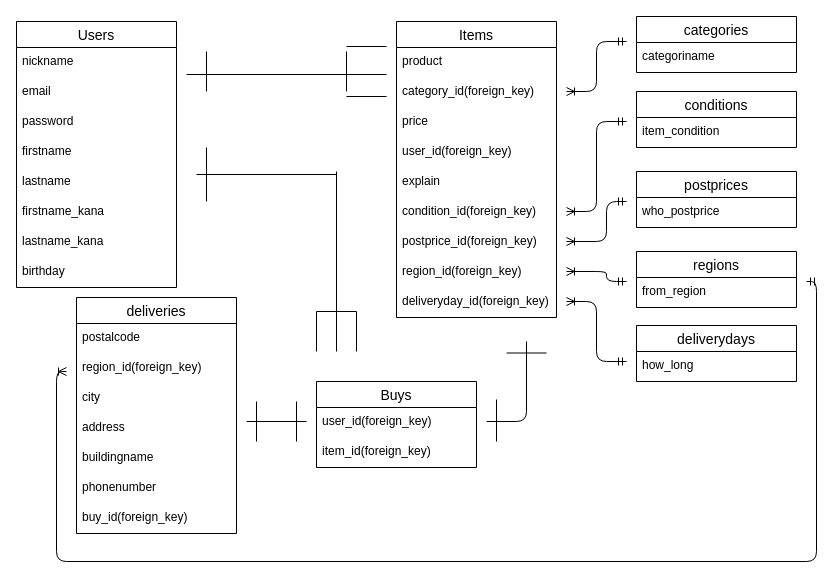
Earlier version of the draw.io diagram furima.dio (jaykim3217/furima-37818). Source tidied: cells renumbered, new cells numbered last; positions are measured from the earlier drawing's top-left corner, leaving out a move shared by most shapes. Both pictures are drawn from the tidied source at 100%, with x=0, y=0 at pixel (16, 16).
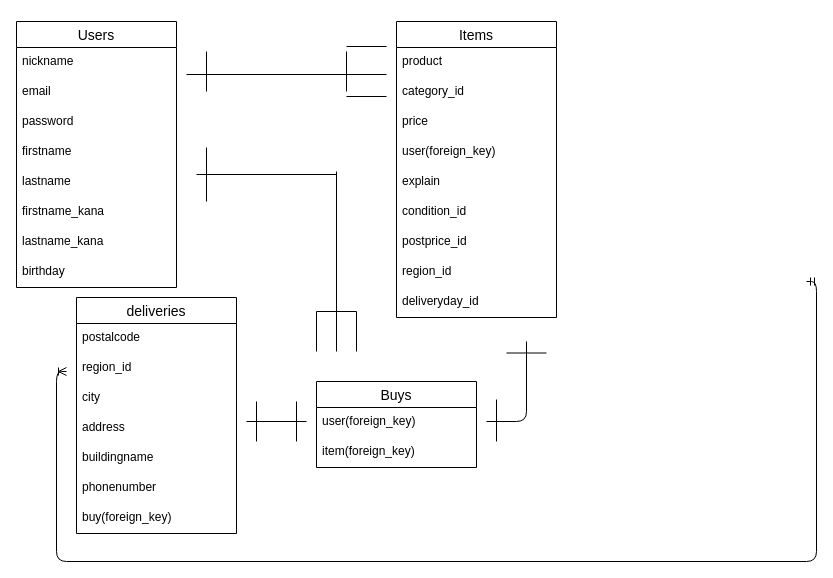
Above is the later version.

The change refers to these unchanged cells:
```xml
<mxCell id="11" value="Items" style="swimlane;fontStyle=0;horizontal=1;startSize=26;align=center;fontSize=14;" parent="1" vertex="1">
  <mxGeometry x="380" y="5" width="160" height="296" as="geometry" />
</mxCell>
<mxCell id="21" value="Buys" style="swimlane;fontStyle=0;horizontal=1;startSize=26;align=center;fontSize=14;" parent="1" vertex="1">
  <mxGeometry x="300" y="365" width="160" height="86" as="geometry" />
</mxCell>
<mxCell id="24" value="deliveries" style="swimlane;fontStyle=0;horizontal=1;startSize=26;align=center;fontSize=14;" parent="1" vertex="1">
  <mxGeometry x="60" y="281" width="160" height="236" as="geometry" />
</mxCell>
```

What changed in the source:
```diff
@@
-    <mxCell id="13" value="category_id(foreign_key)" style="text;strokeColor=none;fillColor=none;spacingLeft=4;spacingRight=4;overflow=hidden;fontSize=12;" parent="11" vertex="1">
+    <mxCell id="13" value="category_id" style="text;strokeColor=none;fillColor=none;spacingLeft=4;spacingRight=4;overflow=hidden;fontSize=12;" parent="11" vertex="1">
       <mxGeometry y="56" width="160" height="30" as="geometry" />
     </mxCell>
@@
-    <mxCell id="15" value="user_id(foreign_key)" style="text;strokeColor=none;fillColor=none;spacingLeft=4;spacingRight=4;overflow=hidden;fontSize=12;" parent="11" vertex="1">
+    <mxCell id="15" value="user(foreign_key)" style="text;strokeColor=none;fillColor=none;spacingLeft=4;spacingRight=4;overflow=hidden;fontSize=12;" parent="11" vertex="1">
       <mxGeometry y="116" width="160" height="30" as="geometry" />
     </mxCell>
@@
-    <mxCell id="17" value="condition_id(foreign_key)" style="text;strokeColor=none;fillColor=none;spacingLeft=4;spacingRight=4;overflow=hidden;fontSize=12;" parent="11" vertex="1">
+    <mxCell id="17" value="condition_id" style="text;strokeColor=none;fillColor=none;spacingLeft=4;spacingRight=4;overflow=hidden;fontSize=12;" parent="11" vertex="1">
       <mxGeometry y="176" width="160" height="30" as="geometry" />
     </mxCell>
-    <mxCell id="18" value="postprice_id(foreign_key)" style="text;strokeColor=none;fillColor=none;spacingLeft=4;spacingRight=4;overflow=hidden;fontSize=12;" parent="11" vertex="1">
+    <mxCell id="18" value="postprice_id" style="text;strokeColor=none;fillColor=none;spacingLeft=4;spacingRight=4;overflow=hidden;fontSize=12;" parent="11" vertex="1">
       <mxGeometry y="206" width="160" height="30" as="geometry" />
     </mxCell>
-    <mxCell id="19" value="region_id(foreign_key)" style="text;strokeColor=none;fillColor=none;spacingLeft=4;spacingRight=4;overflow=hidden;fontSize=12;" parent="11" vertex="1">
+    <mxCell id="19" value="region_id" style="text;strokeColor=none;fillColor=none;spacingLeft=4;spacingRight=4;overflow=hidden;fontSize=12;" parent="11" vertex="1">
       <mxGeometry y="236" width="160" height="30" as="geometry" />
     </mxCell>
-    <mxCell id="20" value="deliveryday_id(foreign_key)" style="text;strokeColor=none;fillColor=none;spacingLeft=4;spacingRight=4;overflow=hidden;fontSize=12;" parent="11" vertex="1">
+    <mxCell id="20" value="deliveryday_id" style="text;strokeColor=none;fillColor=none;spacingLeft=4;spacingRight=4;overflow=hidden;fontSize=12;" parent="11" vertex="1">
       <mxGeometry y="266" width="160" height="30" as="geometry" />
     </mxCell>
@@
-    <mxCell id="22" value="user_id(foreign_key)" style="text;strokeColor=none;fillColor=none;spacingLeft=4;spacingRight=4;overflow=hidden;fontSize=12;" parent="21" vertex="1">
+    <mxCell id="22" value="user(foreign_key)" style="text;strokeColor=none;fillColor=none;spacingLeft=4;spacingRight=4;overflow=hidden;fontSize=12;" parent="21" vertex="1">
       <mxGeometry y="26" width="160" height="30" as="geometry" />
     </mxCell>
-    <mxCell id="23" value="item_id(foreign_key)" style="text;strokeColor=none;fillColor=none;spacingLeft=4;spacingRight=4;overflow=hidden;fontSize=12;" parent="21" vertex="1">
+    <mxCell id="23" value="item(foreign_key)" style="text;strokeColor=none;fillColor=none;spacingLeft=4;spacingRight=4;overflow=hidden;fontSize=12;" parent="21" vertex="1">
       <mxGeometry y="56" width="160" height="30" as="geometry" />
     </mxCell>
@@
-    <mxCell id="26" value="region_id(foreign_key)" style="text;strokeColor=none;fillColor=none;spacingLeft=4;spacingRight=4;overflow=hidden;fontSize=12;" parent="24" vertex="1">
+    <mxCell id="26" value="region_id" style="text;strokeColor=none;fillColor=none;spacingLeft=4;spacingRight=4;overflow=hidden;fontSize=12;" parent="24" vertex="1">
       <mxGeometry y="56" width="160" height="30" as="geometry" />
     </mxCell>
@@
-    <mxCell id="31" value="buy_id(foreign_key)" style="text;strokeColor=none;fillColor=none;spacingLeft=4;spacingRight=4;overflow=hidden;fontSize=12;" parent="24" vertex="1">
+    <mxCell id="31" value="buy(foreign_key)" style="text;strokeColor=none;fillColor=none;spacingLeft=4;spacingRight=4;overflow=hidden;fontSize=12;" parent="24" vertex="1">
       <mxGeometry y="206" width="160" height="30" as="geometry" />
     </mxCell>
@@
-    <mxCell id="48" value="categories" style="swimlane;fontStyle=0;horizontal=1;startSize=26;align=center;fontSize=14;" parent="1" vertex="1">
-      <mxGeometry x="620" width="160" height="56" as="geometry" />
-    </mxCell>
-    <mxCell id="49" value="categoriname" style="text;strokeColor=none;fillColor=none;spacingLeft=4;spacingRight=4;overflow=hidden;fontSize=12;" parent="48" vertex="1">
-      <mxGeometry y="26" width="160" height="30" as="geometry" />
-    </mxCell>
-    <mxCell id="50" value="conditions" style="swimlane;fontStyle=0;horizontal=1;startSize=26;align=center;fontSize=14;" parent="1" vertex="1">
-      <mxGeometry x="620" y="75" width="160" height="56" as="geometry" />
-    </mxCell>
-    <mxCell id="51" value="item_condition" style="text;strokeColor=none;fillColor=none;spacingLeft=4;spacingRight=4;overflow=hidden;fontSize=12;" parent="50" vertex="1">
-      <mxGeometry y="26" width="160" height="30" as="geometry" />
-    </mxCell>
-    <mxCell id="52" value="postprices" style="swimlane;fontStyle=0;horizontal=1;startSize=26;align=center;fontSize=14;" parent="1" vertex="1">
-      <mxGeometry x="620" y="155" width="160" height="56" as="geometry" />
-    </mxCell>
-    <mxCell id="53" value="who_postprice" style="text;strokeColor=none;fillColor=none;spacingLeft=4;spacingRight=4;overflow=hidden;fontSize=12;" parent="52" vertex="1">
-      <mxGeometry y="26" width="160" height="30" as="geometry" />
-    </mxCell>
-    <mxCell id="54" value="regions" style="swimlane;fontStyle=0;horizontal=1;startSize=26;align=center;fontSize=14;" parent="1" vertex="1">
-      <mxGeometry x="620" y="235" width="160" height="56" as="geometry" />
-    </mxCell>
-    <mxCell id="55" value="from_region" style="text;strokeColor=none;fillColor=none;spacingLeft=4;spacingRight=4;overflow=hidden;fontSize=12;" parent="54" vertex="1">
-      <mxGeometry y="26" width="160" height="30" as="geometry" />
-    </mxCell>
-    <mxCell id="56" value="deliverydays" style="swimlane;fontStyle=0;horizontal=1;startSize=26;align=center;fontSize=14;" parent="1" vertex="1">
-      <mxGeometry x="620" y="309" width="160" height="56" as="geometry" />
-    </mxCell>
-    <mxCell id="57" value="how_long" style="text;strokeColor=none;fillColor=none;spacingLeft=4;spacingRight=4;overflow=hidden;fontSize=12;" parent="56" vertex="1">
-      <mxGeometry y="26" width="160" height="30" as="geometry" />
-    </mxCell>
@@
-    <mxCell id="59" style="edgeStyle=orthogonalEdgeStyle;fontSize=12;html=1;endArrow=ERoneToMany;startArrow=ERmandOne;rounded=1;labelBackgroundColor=default;fontFamily=Helvetica;fontColor=default;strokeColor=default;elbow=vertical;" parent="1" edge="1">
-      <mxGeometry relative="1" as="geometry">
-        <mxPoint x="610" y="25" as="sourcePoint" />
-        <mxPoint x="550" y="75" as="targetPoint" />
-        <Array as="points">
-          <mxPoint x="580" y="25" />
-          <mxPoint x="580" y="75" />
-        </Array>
-      </mxGeometry>
-    </mxCell>
-    <mxCell id="60" style="edgeStyle=orthogonalEdgeStyle;fontSize=12;html=1;endArrow=ERoneToMany;startArrow=ERmandOne;rounded=1;labelBackgroundColor=default;fontFamily=Helvetica;fontColor=default;strokeColor=default;elbow=vertical;" parent="1" edge="1">
-      <mxGeometry relative="1" as="geometry">
-        <mxPoint x="610" y="105" as="sourcePoint" />
-        <mxPoint x="550" y="195" as="targetPoint" />
-        <Array as="points">
-          <mxPoint x="580" y="105" />
-          <mxPoint x="580" y="195" />
-        </Array>
-      </mxGeometry>
-    </mxCell>
-    <mxCell id="61" style="edgeStyle=orthogonalEdgeStyle;fontSize=12;html=1;endArrow=ERoneToMany;startArrow=ERmandOne;rounded=1;labelBackgroundColor=default;fontFamily=Helvetica;fontColor=default;strokeColor=default;elbow=vertical;" parent="1" edge="1">
-      <mxGeometry relative="1" as="geometry">
-        <mxPoint x="610" y="185" as="sourcePoint" />
-        <mxPoint x="550" y="225" as="targetPoint" />
-        <Array as="points">
-          <mxPoint x="590" y="185" />
-          <mxPoint x="590" y="225" />
-        </Array>
-      </mxGeometry>
-    </mxCell>
-    <mxCell id="62" style="edgeStyle=orthogonalEdgeStyle;fontSize=12;html=1;endArrow=ERoneToMany;startArrow=ERmandOne;rounded=1;labelBackgroundColor=default;fontFamily=Helvetica;fontColor=default;strokeColor=default;elbow=vertical;" parent="1" edge="1">
-      <mxGeometry relative="1" as="geometry">
-        <mxPoint x="610" y="265" as="sourcePoint" />
-        <mxPoint x="550" y="255" as="targetPoint" />
-        <Array as="points">
-          <mxPoint x="590" y="265" />
-          <mxPoint x="590" y="255" />
-        </Array>
-      </mxGeometry>
-    </mxCell>
-    <mxCell id="63" style="edgeStyle=orthogonalEdgeStyle;fontSize=12;html=1;endArrow=ERoneToMany;startArrow=ERmandOne;rounded=1;labelBackgroundColor=default;fontFamily=Helvetica;fontColor=default;strokeColor=default;elbow=vertical;" parent="1" edge="1">
-      <mxGeometry relative="1" as="geometry">
-        <mxPoint x="610" y="345" as="sourcePoint" />
-        <mxPoint x="550" y="285" as="targetPoint" />
-        <Array as="points">
-          <mxPoint x="580" y="345" />
-          <mxPoint x="580" y="285" />
-        </Array>
-      </mxGeometry>
-    </mxCell>
```
